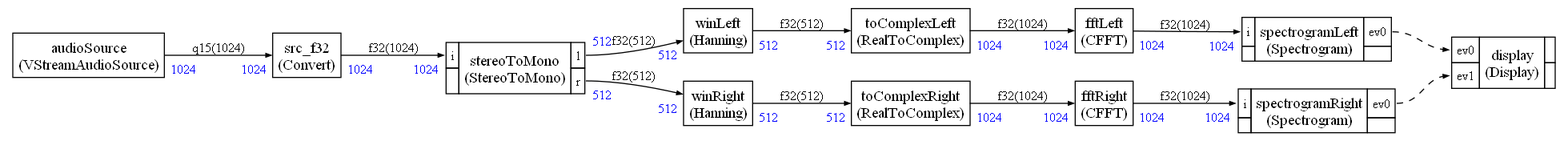
Earlier version of the Graphviz export App_HE/stream/scheduler/graph.png (christophe0606/AlifAudioExample). Its source is kept beside it as App_HE/stream/scheduler/graph.dot. The source it was exported from:
```dot
digraph structs {
    bgcolor = "white"
    node [shape=plaintext,color="black",fontcolor="black",fontname="Times-Roman"]
    rankdir=LR
    edge [arrowsize="0.5",color="black",fontcolor="black",fontname="Times-Roman"]


audioSource [label=<
<TABLE color="black" bgcolor="none" BORDER="0" CELLBORDER="1" CELLSPACING="0" CELLPADDING="4">
  <TR>
    <TD ALIGN="CENTER" PORT="i"><FONT COLOR="black" POINT-SIZE="14.0">audioSource<BR/>(VStreamAudioSource)</FONT></TD>
  </TR>
</TABLE>>];

fftLeft [label=<
<TABLE color="black" bgcolor="none" BORDER="0" CELLBORDER="1" CELLSPACING="0" CELLPADDING="4">
  <TR>
    <TD ALIGN="CENTER" PORT="i"><FONT COLOR="black" POINT-SIZE="14.0">fftLeft<BR/>(CFFT)</FONT></TD>
  </TR>
</TABLE>>];

fftRight [label=<
<TABLE color="black" bgcolor="none" BORDER="0" CELLBORDER="1" CELLSPACING="0" CELLPADDING="4">
  <TR>
    <TD ALIGN="CENTER" PORT="i"><FONT COLOR="black" POINT-SIZE="14.0">fftRight<BR/>(CFFT)</FONT></TD>
  </TR>
</TABLE>>];


spectrogramLeft [label=<
<TABLE color="black" bgcolor="none" BORDER="0" CELLBORDER="1" CELLSPACING="0" CELLPADDING="4">
  <TR>
    <TD PORT="i"><FONT POINT-SIZE="12.0" COLOR="black">i</FONT></TD>
    <TD ALIGN="CENTER" ROWSPAN="2"><FONT COLOR="black" POINT-SIZE="14.0">spectrogramLeft<BR/>(Spectrogram)</FONT></TD>
    <TD PORT="0"><FONT POINT-SIZE="12.0" COLOR="black">ev0</FONT></TD>
  </TR>
<TR>

<TD></TD>

<TD></TD></TR>

</TABLE>>];


spectrogramRight [label=<
<TABLE color="black" bgcolor="none" BORDER="0" CELLBORDER="1" CELLSPACING="0" CELLPADDING="4">
  <TR>
    <TD PORT="i"><FONT POINT-SIZE="12.0" COLOR="black">i</FONT></TD>
    <TD ALIGN="CENTER" ROWSPAN="2"><FONT COLOR="black" POINT-SIZE="14.0">spectrogramRight<BR/>(Spectrogram)</FONT></TD>
    <TD PORT="0"><FONT POINT-SIZE="12.0" COLOR="black">ev0</FONT></TD>
  </TR>
<TR>

<TD></TD>

<TD></TD></TR>

</TABLE>>];

src_f32 [label=<
<TABLE color="black" bgcolor="none" BORDER="0" CELLBORDER="1" CELLSPACING="0" CELLPADDING="4">
  <TR>
    <TD ALIGN="CENTER" PORT="i"><FONT COLOR="black" POINT-SIZE="14.0">src_f32<BR/>(Convert)</FONT></TD>
  </TR>
</TABLE>>];


stereoToMono [label=<
<TABLE color="black" bgcolor="none" BORDER="0" CELLBORDER="1" CELLSPACING="0" CELLPADDING="4">
  <TR>
    <TD PORT="i"><FONT POINT-SIZE="12.0" COLOR="black">i</FONT></TD>
    <TD ALIGN="CENTER" ROWSPAN="2"><FONT COLOR="black" POINT-SIZE="14.0">stereoToMono<BR/>(StereoToMono)</FONT></TD>
    <TD PORT="l"><FONT POINT-SIZE="12.0" COLOR="black">l</FONT></TD>
  </TR>
<TR>

<TD></TD>
<TD PORT="r"><FONT POINT-SIZE="12.0" COLOR="black">r</FONT></TD>
</TR>

</TABLE>>];

toComplexLeft [label=<
<TABLE color="black" bgcolor="none" BORDER="0" CELLBORDER="1" CELLSPACING="0" CELLPADDING="4">
  <TR>
    <TD ALIGN="CENTER" PORT="i"><FONT COLOR="black" POINT-SIZE="14.0">toComplexLeft<BR/>(RealToComplex)</FONT></TD>
  </TR>
</TABLE>>];

toComplexRight [label=<
<TABLE color="black" bgcolor="none" BORDER="0" CELLBORDER="1" CELLSPACING="0" CELLPADDING="4">
  <TR>
    <TD ALIGN="CENTER" PORT="i"><FONT COLOR="black" POINT-SIZE="14.0">toComplexRight<BR/>(RealToComplex)</FONT></TD>
  </TR>
</TABLE>>];

winLeft [label=<
<TABLE color="black" bgcolor="none" BORDER="0" CELLBORDER="1" CELLSPACING="0" CELLPADDING="4">
  <TR>
    <TD ALIGN="CENTER" PORT="i"><FONT COLOR="black" POINT-SIZE="14.0">winLeft<BR/>(Hanning)</FONT></TD>
  </TR>
</TABLE>>];

winRight [label=<
<TABLE color="black" bgcolor="none" BORDER="0" CELLBORDER="1" CELLSPACING="0" CELLPADDING="4">
  <TR>
    <TD ALIGN="CENTER" PORT="i"><FONT COLOR="black" POINT-SIZE="14.0">winRight<BR/>(Hanning)</FONT></TD>
  </TR>
</TABLE>>];


display [label=<
<TABLE color="black" bgcolor="none" BORDER="0" CELLBORDER="1" CELLSPACING="0" CELLPADDING="4">
  <TR>
    <TD PORT="0"><FONT POINT-SIZE="12.0" COLOR="black">ev0</FONT></TD>
    <TD ALIGN="CENTER" ROWSPAN="2"><FONT COLOR="black" POINT-SIZE="14.0">display<BR/>(Display)</FONT></TD>
    <TD></TD>
  </TR>
<TR>
<TD PORT="1"><FONT POINT-SIZE="12.0" COLOR="black">ev1</FONT></TD>


<TD></TD></TR>

</TABLE>>];



audioSource:i -> src_f32:i [style="solid",color="black",fontsize="12.0",fontcolor="black",label=<q15(1024)>
,headlabel=<<TABLE BORDER="0" CELLPADDING="4"><TR><TD><FONT COLOR="blue" POINT-SIZE="12.0" >1024</FONT>
</TD></TR></TABLE>>
,taillabel=<<TABLE BORDER="0" CELLPADDING="4"><TR><TD><FONT COLOR="blue" POINT-SIZE="12.0" >1024</FONT>
</TD></TR></TABLE>>]

src_f32:i -> stereoToMono:i [style="solid",color="black",fontsize="12.0",fontcolor="black",label=<f32(1024)>
,headlabel=<<TABLE BORDER="0" CELLPADDING="4"><TR><TD><FONT COLOR="blue" POINT-SIZE="12.0" >1024</FONT>
</TD></TR></TABLE>>
,taillabel=<<TABLE BORDER="0" CELLPADDING="4"><TR><TD><FONT COLOR="blue" POINT-SIZE="12.0" >1024</FONT>
</TD></TR></TABLE>>]

stereoToMono:l -> winLeft:i [style="solid",color="black",fontsize="12.0",fontcolor="black",label=<f32(512)>
,headlabel=<<TABLE BORDER="0" CELLPADDING="4"><TR><TD><FONT COLOR="blue" POINT-SIZE="12.0" >512</FONT>
</TD></TR></TABLE>>
,taillabel=<<TABLE BORDER="0" CELLPADDING="4"><TR><TD><FONT COLOR="blue" POINT-SIZE="12.0" >512</FONT>
</TD></TR></TABLE>>]

stereoToMono:r -> winRight:i [style="solid",color="black",fontsize="12.0",fontcolor="black",label=<f32(512)>
,headlabel=<<TABLE BORDER="0" CELLPADDING="4"><TR><TD><FONT COLOR="blue" POINT-SIZE="12.0" >512</FONT>
</TD></TR></TABLE>>
,taillabel=<<TABLE BORDER="0" CELLPADDING="4"><TR><TD><FONT COLOR="blue" POINT-SIZE="12.0" >512</FONT>
</TD></TR></TABLE>>]

winLeft:i -> toComplexLeft:i [style="solid",color="black",fontsize="12.0",fontcolor="black",label=<f32(512)>
,headlabel=<<TABLE BORDER="0" CELLPADDING="4"><TR><TD><FONT COLOR="blue" POINT-SIZE="12.0" >512</FONT>
</TD></TR></TABLE>>
,taillabel=<<TABLE BORDER="0" CELLPADDING="4"><TR><TD><FONT COLOR="blue" POINT-SIZE="12.0" >512</FONT>
</TD></TR></TABLE>>]

winRight:i -> toComplexRight:i [style="solid",color="black",fontsize="12.0",fontcolor="black",label=<f32(512)>
,headlabel=<<TABLE BORDER="0" CELLPADDING="4"><TR><TD><FONT COLOR="blue" POINT-SIZE="12.0" >512</FONT>
</TD></TR></TABLE>>
,taillabel=<<TABLE BORDER="0" CELLPADDING="4"><TR><TD><FONT COLOR="blue" POINT-SIZE="12.0" >512</FONT>
</TD></TR></TABLE>>]

toComplexLeft:i -> fftLeft:i [style="solid",color="black",fontsize="12.0",fontcolor="black",label=<f32(1024)>
,headlabel=<<TABLE BORDER="0" CELLPADDING="4"><TR><TD><FONT COLOR="blue" POINT-SIZE="12.0" >1024</FONT>
</TD></TR></TABLE>>
,taillabel=<<TABLE BORDER="0" CELLPADDING="4"><TR><TD><FONT COLOR="blue" POINT-SIZE="12.0" >1024</FONT>
</TD></TR></TABLE>>]

toComplexRight:i -> fftRight:i [style="solid",color="black",fontsize="12.0",fontcolor="black",label=<f32(1024)>
,headlabel=<<TABLE BORDER="0" CELLPADDING="4"><TR><TD><FONT COLOR="blue" POINT-SIZE="12.0" >1024</FONT>
</TD></TR></TABLE>>
,taillabel=<<TABLE BORDER="0" CELLPADDING="4"><TR><TD><FONT COLOR="blue" POINT-SIZE="12.0" >1024</FONT>
</TD></TR></TABLE>>]

fftLeft:i -> spectrogramLeft:i [style="solid",color="black",fontsize="12.0",fontcolor="black",label=<f32(1024)>
,headlabel=<<TABLE BORDER="0" CELLPADDING="4"><TR><TD><FONT COLOR="blue" POINT-SIZE="12.0" >1024</FONT>
</TD></TR></TABLE>>
,taillabel=<<TABLE BORDER="0" CELLPADDING="4"><TR><TD><FONT COLOR="blue" POINT-SIZE="12.0" >1024</FONT>
</TD></TR></TABLE>>]

fftRight:i -> spectrogramRight:i [style="solid",color="black",fontsize="12.0",fontcolor="black",label=<f32(1024)>
,headlabel=<<TABLE BORDER="0" CELLPADDING="4"><TR><TD><FONT COLOR="blue" POINT-SIZE="12.0" >1024</FONT>
</TD></TR></TABLE>>
,taillabel=<<TABLE BORDER="0" CELLPADDING="4"><TR><TD><FONT COLOR="blue" POINT-SIZE="12.0" >1024</FONT>
</TD></TR></TABLE>>]



spectrogramLeft:0 -> display:0 [style="dashed",color="black",fontsize="12.0",fontcolor="black",label=<>

]
spectrogramRight:0 -> display:1 [style="dashed",color="black",fontsize="12.0",fontcolor="black",label=<>

]

}
```
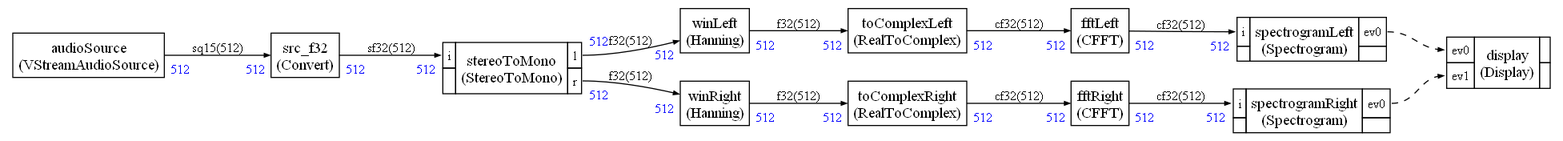
After the commit.

What changed in the source:
```diff
@@ -127,16 +127,16 @@
 
 
 
-audioSource:i -> src_f32:i [style="solid",color="black",fontsize="12.0",fontcolor="black",label=<q15(1024)>
-,headlabel=<<TABLE BORDER="0" CELLPADDING="4"><TR><TD><FONT COLOR="blue" POINT-SIZE="12.0" >1024</FONT>
+audioSource:i -> src_f32:i [style="solid",color="black",fontsize="12.0",fontcolor="black",label=<sq15(512)>
+,headlabel=<<TABLE BORDER="0" CELLPADDING="4"><TR><TD><FONT COLOR="blue" POINT-SIZE="12.0" >512</FONT>
 </TD></TR></TABLE>>
-,taillabel=<<TABLE BORDER="0" CELLPADDING="4"><TR><TD><FONT COLOR="blue" POINT-SIZE="12.0" >1024</FONT>
+,taillabel=<<TABLE BORDER="0" CELLPADDING="4"><TR><TD><FONT COLOR="blue" POINT-SIZE="12.0" >512</FONT>
 </TD></TR></TABLE>>]
 
-src_f32:i -> stereoToMono:i [style="solid",color="black",fontsize="12.0",fontcolor="black",label=<f32(1024)>
-,headlabel=<<TABLE BORDER="0" CELLPADDING="4"><TR><TD><FONT COLOR="blue" POINT-SIZE="12.0" >1024</FONT>
+src_f32:i -> stereoToMono:i [style="solid",color="black",fontsize="12.0",fontcolor="black",label=<sf32(512)>
+,headlabel=<<TABLE BORDER="0" CELLPADDING="4"><TR><TD><FONT COLOR="blue" POINT-SIZE="12.0" >512</FONT>
 </TD></TR></TABLE>>
-,taillabel=<<TABLE BORDER="0" CELLPADDING="4"><TR><TD><FONT COLOR="blue" POINT-SIZE="12.0" >1024</FONT>
+,taillabel=<<TABLE BORDER="0" CELLPADDING="4"><TR><TD><FONT COLOR="blue" POINT-SIZE="12.0" >512</FONT>
 </TD></TR></TABLE>>]
 
 stereoToMono:l -> winLeft:i [style="solid",color="black",fontsize="12.0",fontcolor="black",label=<f32(512)>
@@ -163,28 +163,28 @@
 ,taillabel=<<TABLE BORDER="0" CELLPADDING="4"><TR><TD><FONT COLOR="blue" POINT-SIZE="12.0" >512</FONT>
 </TD></TR></TABLE>>]
 
-toComplexLeft:i -> fftLeft:i [style="solid",color="black",fontsize="12.0",fontcolor="black",label=<f32(1024)>
-,headlabel=<<TABLE BORDER="0" CELLPADDING="4"><TR><TD><FONT COLOR="blue" POINT-SIZE="12.0" >1024</FONT>
+toComplexLeft:i -> fftLeft:i [style="solid",color="black",fontsize="12.0",fontcolor="black",label=<cf32(512)>
+,headlabel=<<TABLE BORDER="0" CELLPADDING="4"><TR><TD><FONT COLOR="blue" POINT-SIZE="12.0" >512</FONT>
 </TD></TR></TABLE>>
-,taillabel=<<TABLE BORDER="0" CELLPADDING="4"><TR><TD><FONT COLOR="blue" POINT-SIZE="12.0" >1024</FONT>
+,taillabel=<<TABLE BORDER="0" CELLPADDING="4"><TR><TD><FONT COLOR="blue" POINT-SIZE="12.0" >512</FONT>
 </TD></TR></TABLE>>]
 
-toComplexRight:i -> fftRight:i [style="solid",color="black",fontsize="12.0",fontcolor="black",label=<f32(1024)>
-,headlabel=<<TABLE BORDER="0" CELLPADDING="4"><TR><TD><FONT COLOR="blue" POINT-SIZE="12.0" >1024</FONT>
+toComplexRight:i -> fftRight:i [style="solid",color="black",fontsize="12.0",fontcolor="black",label=<cf32(512)>
+,headlabel=<<TABLE BORDER="0" CELLPADDING="4"><TR><TD><FONT COLOR="blue" POINT-SIZE="12.0" >512</FONT>
 </TD></TR></TABLE>>
-,taillabel=<<TABLE BORDER="0" CELLPADDING="4"><TR><TD><FONT COLOR="blue" POINT-SIZE="12.0" >1024</FONT>
+,taillabel=<<TABLE BORDER="0" CELLPADDING="4"><TR><TD><FONT COLOR="blue" POINT-SIZE="12.0" >512</FONT>
 </TD></TR></TABLE>>]
 
-fftLeft:i -> spectrogramLeft:i [style="solid",color="black",fontsize="12.0",fontcolor="black",label=<f32(1024)>
-,headlabel=<<TABLE BORDER="0" CELLPADDING="4"><TR><TD><FONT COLOR="blue" POINT-SIZE="12.0" >1024</FONT>
+fftLeft:i -> spectrogramLeft:i [style="solid",color="black",fontsize="12.0",fontcolor="black",label=<cf32(512)>
+,headlabel=<<TABLE BORDER="0" CELLPADDING="4"><TR><TD><FONT COLOR="blue" POINT-SIZE="12.0" >512</FONT>
 </TD></TR></TABLE>>
-,taillabel=<<TABLE BORDER="0" CELLPADDING="4"><TR><TD><FONT COLOR="blue" POINT-SIZE="12.0" >1024</FONT>
+,taillabel=<<TABLE BORDER="0" CELLPADDING="4"><TR><TD><FONT COLOR="blue" POINT-SIZE="12.0" >512</FONT>
 </TD></TR></TABLE>>]
 
-fftRight:i -> spectrogramRight:i [style="solid",color="black",fontsize="12.0",fontcolor="black",label=<f32(1024)>
-,headlabel=<<TABLE BORDER="0" CELLPADDING="4"><TR><TD><FONT COLOR="blue" POINT-SIZE="12.0" >1024</FONT>
+fftRight:i -> spectrogramRight:i [style="solid",color="black",fontsize="12.0",fontcolor="black",label=<cf32(512)>
+,headlabel=<<TABLE BORDER="0" CELLPADDING="4"><TR><TD><FONT COLOR="blue" POINT-SIZE="12.0" >512</FONT>
 </TD></TR></TABLE>>
-,taillabel=<<TABLE BORDER="0" CELLPADDING="4"><TR><TD><FONT COLOR="blue" POINT-SIZE="12.0" >1024</FONT>
+,taillabel=<<TABLE BORDER="0" CELLPADDING="4"><TR><TD><FONT COLOR="blue" POINT-SIZE="12.0" >512</FONT>
 </TD></TR></TABLE>>]
 
 
```
